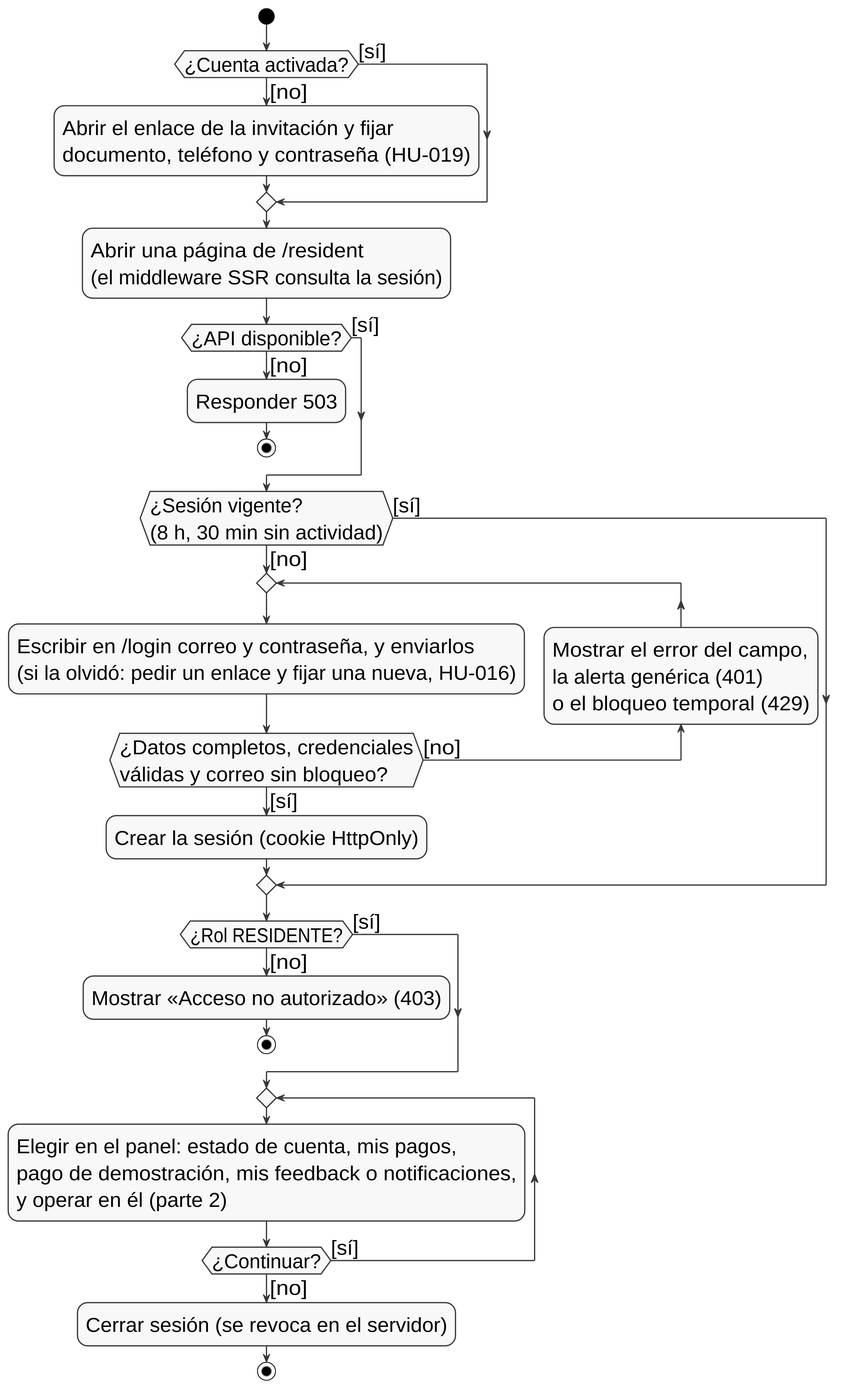
Before: docs/entrega-objetivos/actividades/actividades-residente-parte1.svg, a diagram exported from PlantUML (yilberDev/SoftPh-Academico).
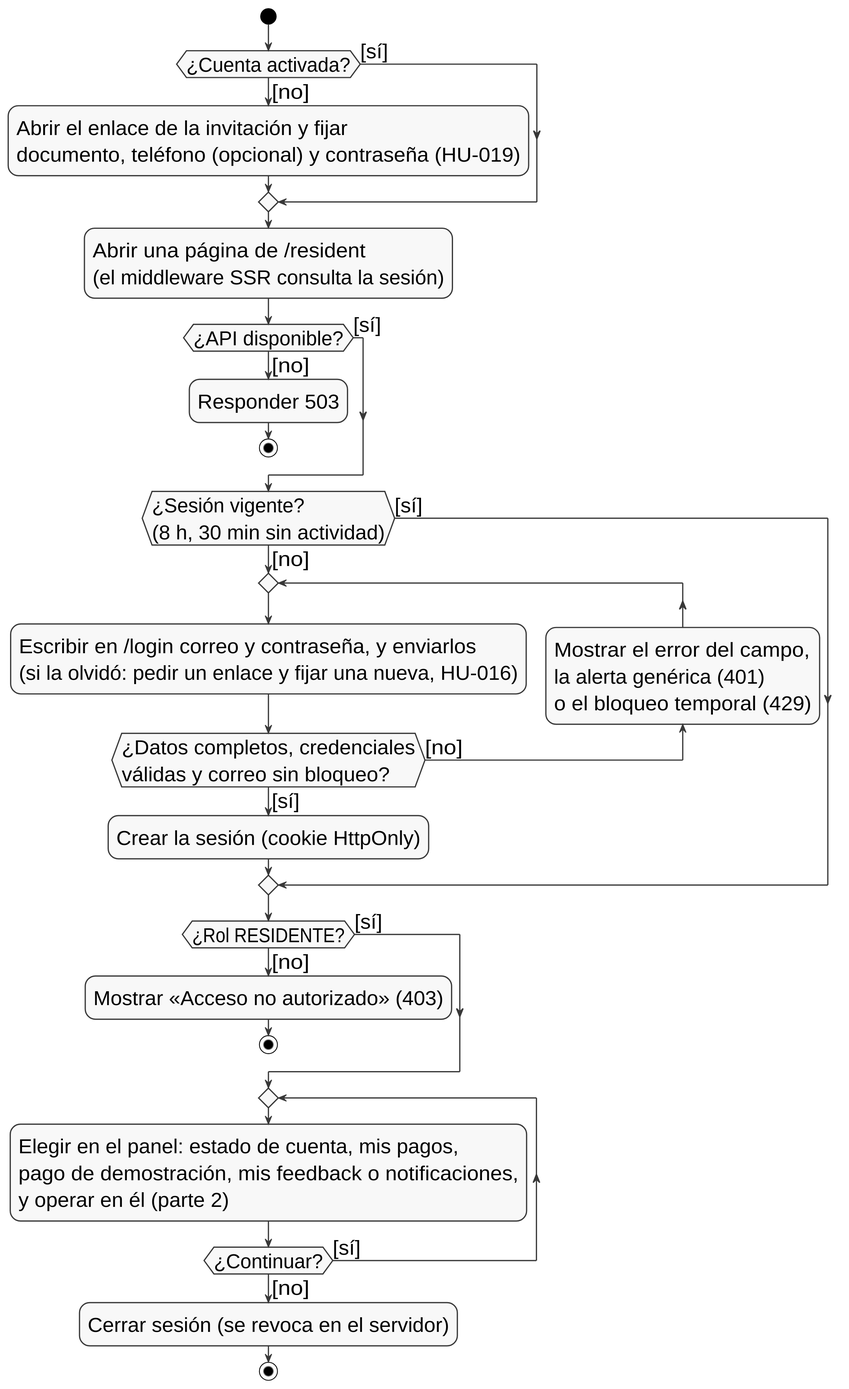
Later version of the same file.

The edit, as a diff of the source:
```diff
@@ -9,7 +9,7 @@
 
 start
 if (¿Cuenta activada?) then ([no])
-  :Abrir el enlace de la invitación y fijar\ndocumento, teléfono y contraseña (HU-019);
+  :Abrir el enlace de la invitación y fijar\ndocumento, teléfono (opcional) y contraseña (HU-019);
 else ([sí])
 endif
 :Abrir una página de /resident\n(el middleware SSR consulta la sesión);
```
